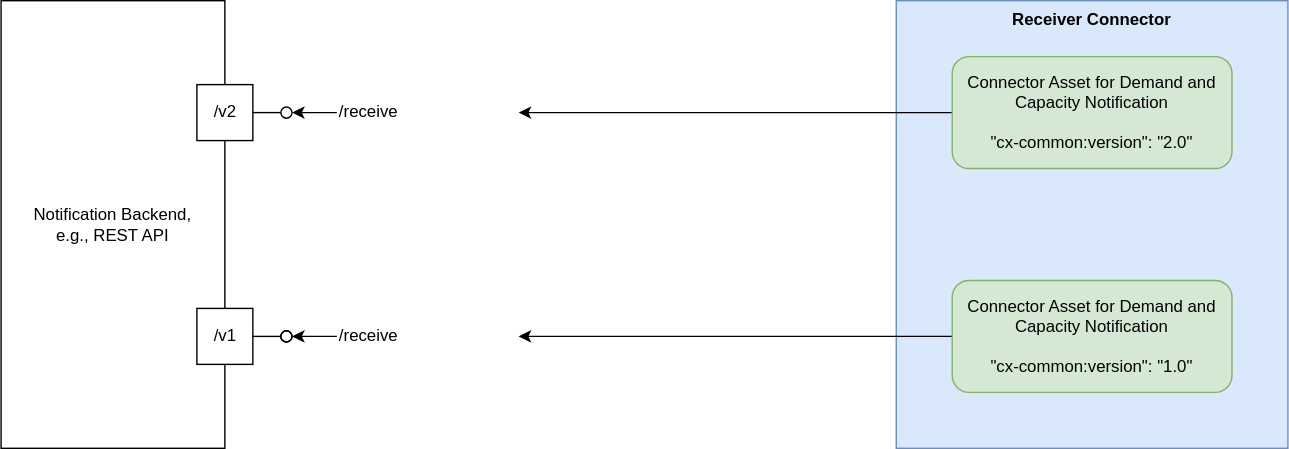
The draw.io diagram docs-kits/kits/supply-chain-disruption-notification-kit/resources/notifications_connector_versioning.drawio.svg in eclipse-tractusx/eclipse-tractusx.github.io, before a commit. Source tidied: cells renumbered, new cells last; positions are measured from the earlier drawing's top-left corner, leaving out a move shared by most shapes. Source of this version:
```xml
<mxGraphModel>
  <root>
    <mxCell id="0" />
    <mxCell id="1" parent="0" />
    <mxCell id="2" value="Receiver Connector" style="rounded=0;whiteSpace=wrap;html=1;verticalAlign=top;fillColor=#dae8fc;strokeColor=#6c8ebf;fontStyle=1;" parent="1" vertex="1">
      <mxGeometry x="640" width="280" height="320" as="geometry" />
    </mxCell>
    <mxCell id="3" style="edgeStyle=orthogonalEdgeStyle;rounded=0;jettySize=auto;html=1;" parent="1" edge="1" source="4" target="15">
      <mxGeometry relative="1" as="geometry" />
    </mxCell>
    <mxCell id="4" value="Connector Asset for Demand and Capacity&amp;nbsp;Notification&lt;br style=&quot;border-color: var(--border-color);&quot;&gt;&lt;br style=&quot;border-color: var(--border-color);&quot;&gt;&quot;cx-common:version&quot;: &quot;2.0&quot;" style="rounded=1;whiteSpace=wrap;html=1;fillColor=#d5e8d4;strokeColor=#82b366;" parent="1" vertex="1">
      <mxGeometry x="680" y="40" width="200" height="80" as="geometry" />
    </mxCell>
    <mxCell id="5" value="Notification Backend,&lt;br&gt;e.g., REST API" style="rounded=0;whiteSpace=wrap;html=1;" parent="1" vertex="1">
      <mxGeometry width="160" height="320" as="geometry" />
    </mxCell>
    <mxCell id="6" value="/v2" style="html=1;rounded=0;" parent="1" vertex="1">
      <mxGeometry x="140" y="60" width="40" height="40" as="geometry" />
    </mxCell>
    <mxCell id="7" style="endArrow=none;html=1;rounded=0;align=center;verticalAlign=top;endFill=0;labelBackgroundColor=none;endSize=2;" parent="1" edge="1" source="6" target="8">
      <mxGeometry relative="1" as="geometry" />
    </mxCell>
    <mxCell id="8" style="ellipse;html=1;fontSize=11;align=center;fillColor=none;points=[];verticalAlign=bottom;labelPosition=center;verticalLabelPosition=top;flipH=1;" parent="1" vertex="1">
      <mxGeometry x="200" y="76" width="8" height="8" as="geometry" />
    </mxCell>
    <mxCell id="9" value="/v1" style="html=1;rounded=0;" parent="1" vertex="1">
      <mxGeometry x="140" y="220" width="40" height="40" as="geometry" />
    </mxCell>
    <mxCell id="10" style="endArrow=none;html=1;rounded=0;align=center;verticalAlign=top;endFill=0;labelBackgroundColor=none;endSize=2;" parent="1" edge="1" source="9" target="11">
      <mxGeometry relative="1" as="geometry" />
    </mxCell>
    <mxCell id="11" style="ellipse;html=1;fontSize=11;align=center;fillColor=none;points=[];verticalAlign=bottom;labelPosition=center;verticalLabelPosition=top;flipH=1;" parent="1" vertex="1">
      <mxGeometry x="200" y="236" width="8" height="8" as="geometry" />
    </mxCell>
    <mxCell id="12" style="edgeStyle=orthogonalEdgeStyle;rounded=0;jettySize=auto;html=1;" parent="1" edge="1" source="13" target="18">
      <mxGeometry relative="1" as="geometry" />
    </mxCell>
    <mxCell id="13" value="Connector Asset for Demand and Capacity&amp;nbsp;Notification&lt;br&gt;&lt;br&gt;&quot;cx-common:version&quot;: &quot;1.0&quot;" style="rounded=1;whiteSpace=wrap;html=1;fillColor=#d5e8d4;strokeColor=#82b366;" parent="1" vertex="1">
      <mxGeometry x="680" y="200" width="200" height="80" as="geometry" />
    </mxCell>
    <mxCell id="14" style="edgeStyle=orthogonalEdgeStyle;rounded=0;jettySize=auto;html=1;" parent="1" edge="1" source="15" target="8">
      <mxGeometry relative="1" as="geometry" />
    </mxCell>
    <mxCell id="15" value="/receive" style="text;html=1;strokeColor=none;fillColor=none;align=left;verticalAlign=middle;whiteSpace=wrap;rounded=0;" parent="1" vertex="1">
      <mxGeometry x="240" y="60" width="130" height="40" as="geometry" />
    </mxCell>
    <mxCell id="16" style="ellipse;html=1;fontSize=11;align=center;fillColor=none;points=[];verticalAlign=bottom;labelPosition=center;verticalLabelPosition=top;flipH=1;" parent="1" vertex="1">
      <mxGeometry x="200" y="236" width="8" height="8" as="geometry" />
    </mxCell>
    <mxCell id="17" style="edgeStyle=orthogonalEdgeStyle;rounded=0;jettySize=auto;html=1;" parent="1" edge="1" source="18" target="16">
      <mxGeometry relative="1" as="geometry" />
    </mxCell>
    <mxCell id="18" value="/receive" style="text;html=1;strokeColor=none;fillColor=none;align=left;verticalAlign=middle;whiteSpace=wrap;rounded=0;" parent="1" vertex="1">
      <mxGeometry x="240" y="220" width="130" height="40" as="geometry" />
    </mxCell>
  </root>
</mxGraphModel>
```
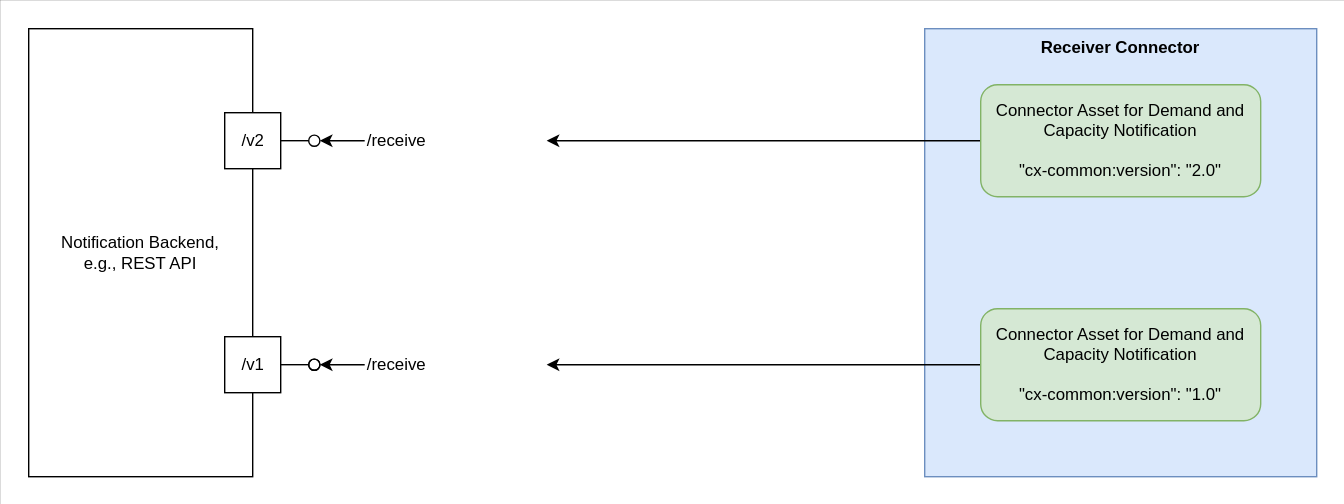
Above is the later version.

Commit message:
fix(SCDN KIT): add white background to versioning image to be readable

What changed in the source:
```diff
@@ -2,6 +2,9 @@
   <root>
     <mxCell id="0" />
     <mxCell id="1" parent="0" />
+    <mxCell id="19" style="rounded=0;whiteSpace=wrap;html=1;strokeWidth=0;" parent="1" vertex="1">
+      <mxGeometry x="-20" y="-20" width="960" height="360" as="geometry" />
+    </mxCell>
     <mxCell id="2" value="Receiver Connector" style="rounded=0;whiteSpace=wrap;html=1;verticalAlign=top;fillColor=#dae8fc;strokeColor=#6c8ebf;fontStyle=1;" parent="1" vertex="1">
       <mxGeometry x="640" width="280" height="320" as="geometry" />
     </mxCell>
```
